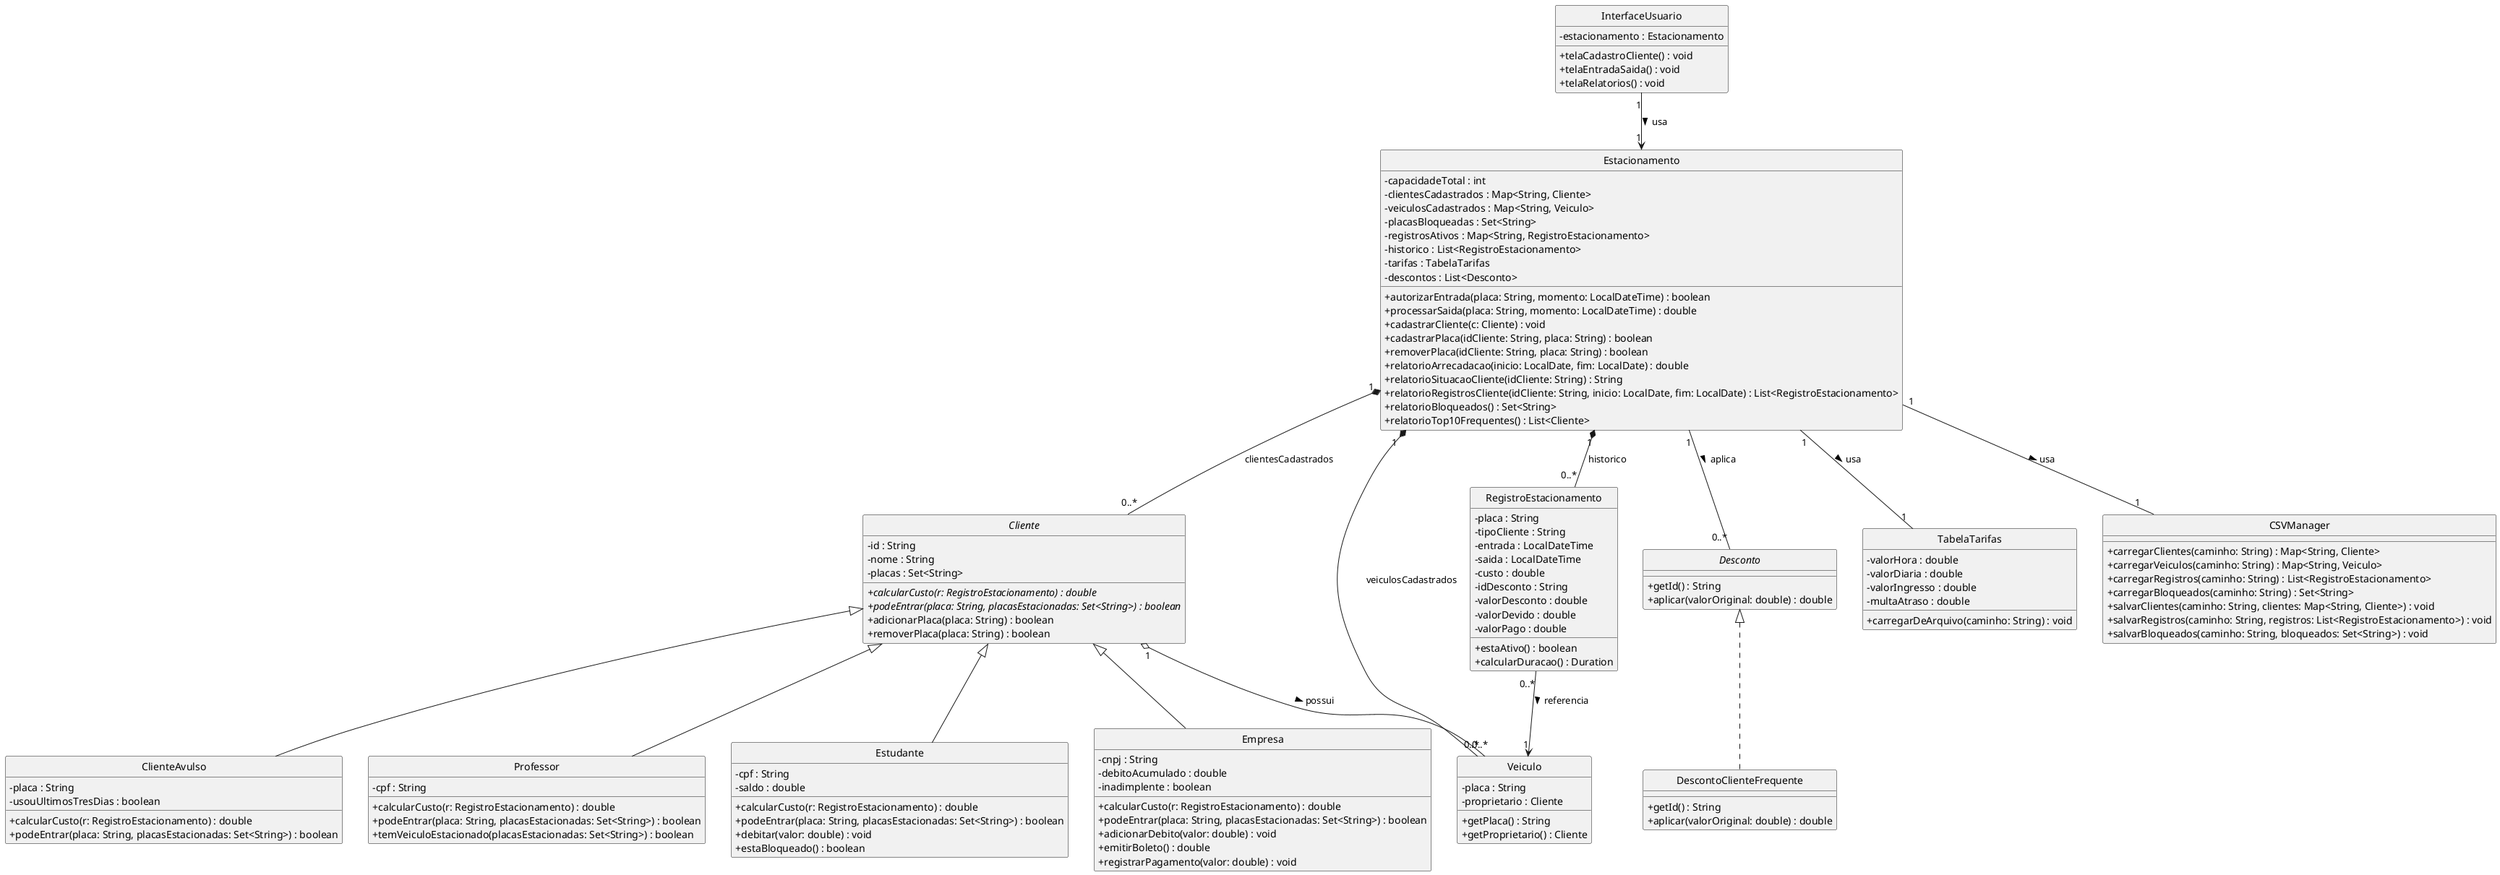
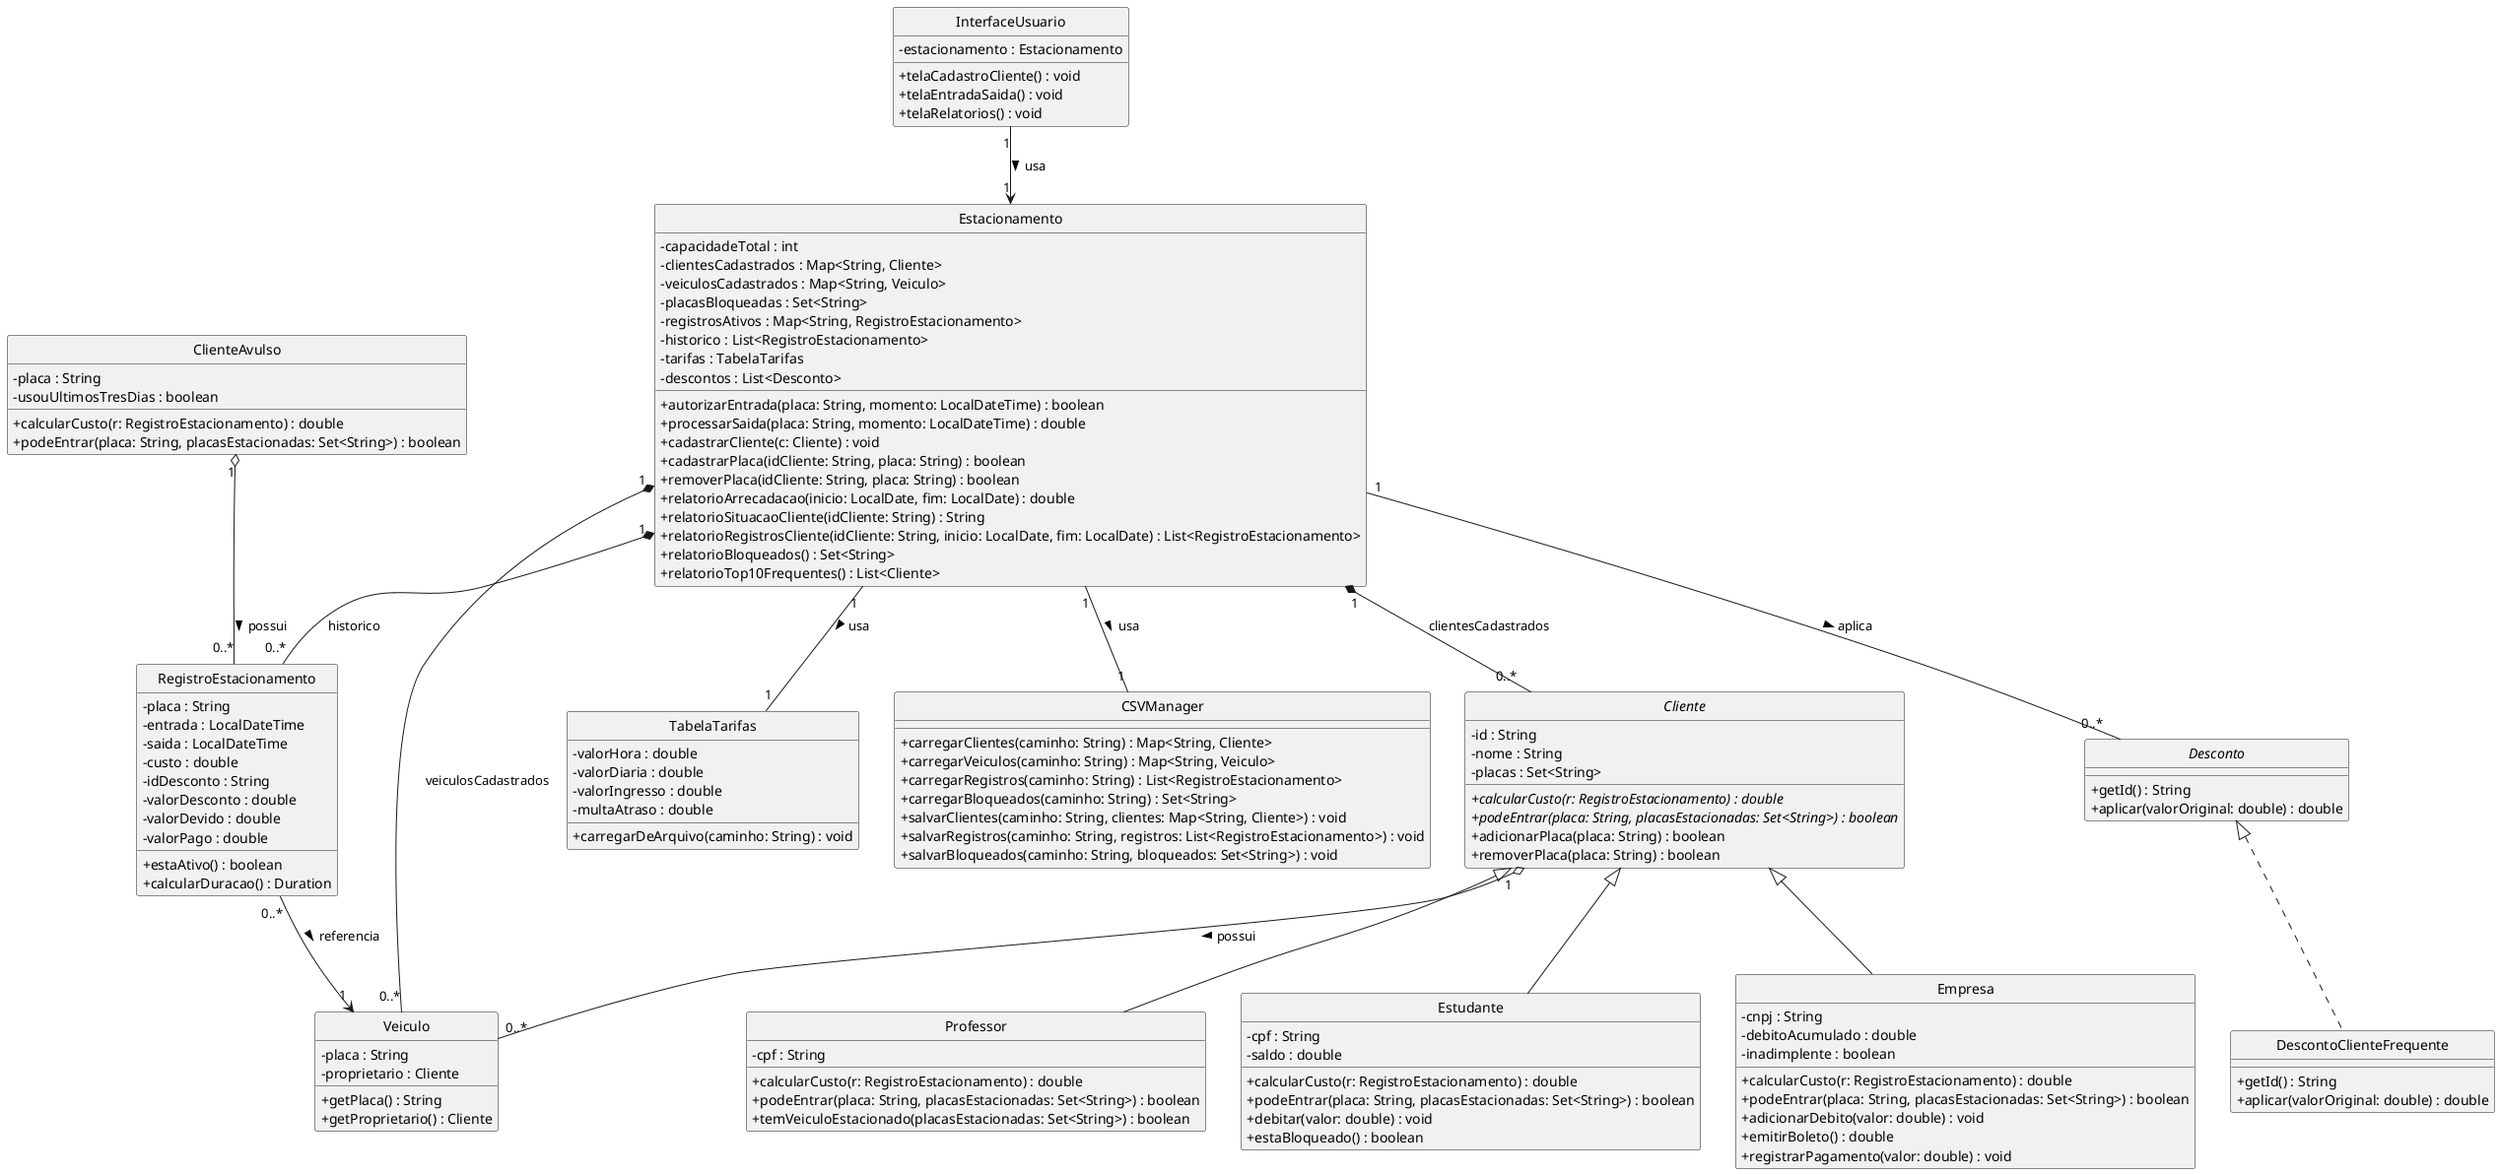
@startuml DiagramaClassesEstacionamento

skinparam classAttributeIconSize 0
hide circle

abstract class Cliente {
  - id : String
  - nome : String
  - placas : Set<String>
  + {abstract} calcularCusto(r: RegistroEstacionamento) : double
  + {abstract} podeEntrar(placa: String, placasEstacionadas: Set<String>) : boolean
  + adicionarPlaca(placa: String) : boolean
  + removerPlaca(placa: String) : boolean
}

class ClienteAvulso {
  - placa : String
  - usouUltimosTresDias : boolean
  + calcularCusto(r: RegistroEstacionamento) : double
  + podeEntrar(placa: String, placasEstacionadas: Set<String>) : boolean
}

class Professor {
  - cpf : String
  + calcularCusto(r: RegistroEstacionamento) : double
  + podeEntrar(placa: String, placasEstacionadas: Set<String>) : boolean
  + temVeiculoEstacionado(placasEstacionadas: Set<String>) : boolean
}

class Estudante {
  - cpf : String
  - saldo : double
  + calcularCusto(r: RegistroEstacionamento) : double
  + podeEntrar(placa: String, placasEstacionadas: Set<String>) : boolean
  + debitar(valor: double) : void
  + estaBloqueado() : boolean
}

class Empresa {
  - cnpj : String
  - debitoAcumulado : double
  - inadimplente : boolean
  + calcularCusto(r: RegistroEstacionamento) : double
  + podeEntrar(placa: String, placasEstacionadas: Set<String>) : boolean
  + adicionarDebito(valor: double) : void
  + emitirBoleto() : double
  + registrarPagamento(valor: double) : void
}

class Veiculo {
  - placa : String
  - proprietario : Cliente
  + getPlaca() : String
  + getProprietario() : Cliente
}

class RegistroEstacionamento {
  - placa : String
-   - tipoCliente : String
+   ' TRANSFORMAR EM ENUM                                                 - tipoCliente : String
  - entrada : LocalDateTime
  - saida : LocalDateTime
  - custo : double
  - idDesconto : String
  - valorDesconto : double
  - valorDevido : double
  - valorPago : double
  + estaAtivo() : boolean
  + calcularDuracao() : Duration
}

interface Desconto {
  + getId() : String
  + aplicar(valorOriginal: double) : double
}

class DescontoClienteFrequente {
  + getId() : String
  + aplicar(valorOriginal: double) : double
}

class TabelaTarifas {
  - valorHora : double
  - valorDiaria : double
  - valorIngresso : double
  - multaAtraso : double
  + carregarDeArquivo(caminho: String) : void
}

class Estacionamento {
  - capacidadeTotal : int
  - clientesCadastrados : Map<String, Cliente>
  - veiculosCadastrados : Map<String, Veiculo>
  - placasBloqueadas : Set<String>
  - registrosAtivos : Map<String, RegistroEstacionamento>
  - historico : List<RegistroEstacionamento>
  - tarifas : TabelaTarifas
  - descontos : List<Desconto>
  + autorizarEntrada(placa: String, momento: LocalDateTime) : boolean
  + processarSaida(placa: String, momento: LocalDateTime) : double
  + cadastrarCliente(c: Cliente) : void
  + cadastrarPlaca(idCliente: String, placa: String) : boolean
  + removerPlaca(idCliente: String, placa: String) : boolean
  + relatorioArrecadacao(inicio: LocalDate, fim: LocalDate) : double
  + relatorioSituacaoCliente(idCliente: String) : String
  + relatorioRegistrosCliente(idCliente: String, inicio: LocalDate, fim: LocalDate) : List<RegistroEstacionamento>
  + relatorioBloqueados() : Set<String>
  + relatorioTop10Frequentes() : List<Cliente>
}

class CSVManager {
  + carregarClientes(caminho: String) : Map<String, Cliente>
  + carregarVeiculos(caminho: String) : Map<String, Veiculo>
  + carregarRegistros(caminho: String) : List<RegistroEstacionamento>
  + carregarBloqueados(caminho: String) : Set<String>
  + salvarClientes(caminho: String, clientes: Map<String, Cliente>) : void
  + salvarRegistros(caminho: String, registros: List<RegistroEstacionamento>) : void
  + salvarBloqueados(caminho: String, bloqueados: Set<String>) : void
}

class InterfaceUsuario {
  - estacionamento : Estacionamento
  + telaCadastroCliente() : void
  + telaEntradaSaida() : void
  + telaRelatorios() : void
}

' Heranças
- Cliente <|-- ClienteAvulso
Cliente <|-- Professor
Cliente <|-- Estudante
Cliente <|-- Empresa

' Implementações
Desconto <|.. DescontoClienteFrequente

' Associações
Cliente "1" o-- "0..*" Veiculo : possui >
+ ClienteAvulso "1" o-- "0..*" RegistroEstacionamento : possui >
Estacionamento "1" *-- "0..*" RegistroEstacionamento : historico
Estacionamento "1" *-- "0..*" Veiculo : veiculosCadastrados
Estacionamento "1" *-- "0..*" Cliente : clientesCadastrados
Estacionamento "1" -- "1" TabelaTarifas : usa >
Estacionamento "1" -- "0..*" Desconto : aplica >
Estacionamento "1" -- "1" CSVManager : usa >
InterfaceUsuario "1" --> "1" Estacionamento : usa >
RegistroEstacionamento "0..*" --> "1" Veiculo : referencia >

@enduml
